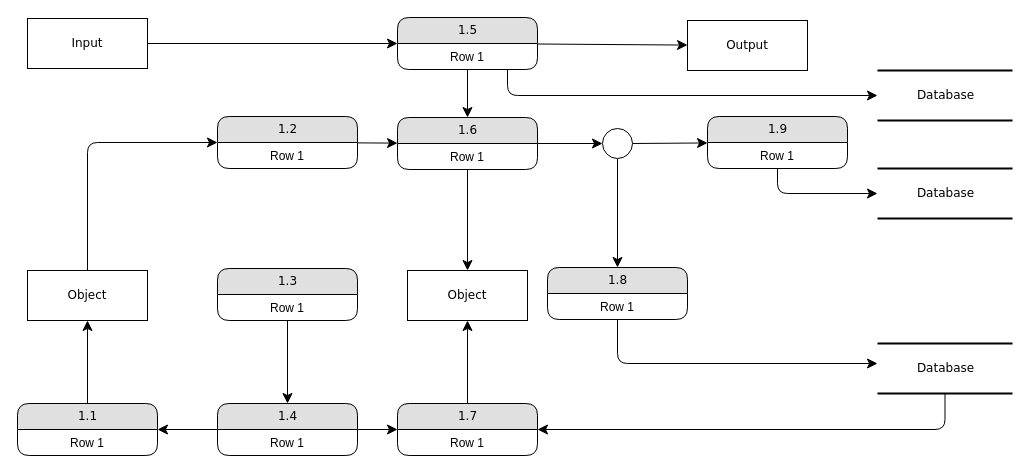
Above: page "Page-1" (1 of 2) of Untitled Diagram.drawio in starstormfall/explore-file-manager-be (draw.io), before the change. Source tidied: cells renumbered, new cells numbered last; positions are measured from the earlier drawing's top-left corner, leaving out a move shared by most shapes. Both pictures are drawn from the tidied source at 100%, with x=0, y=0 at pixel (17, 17).
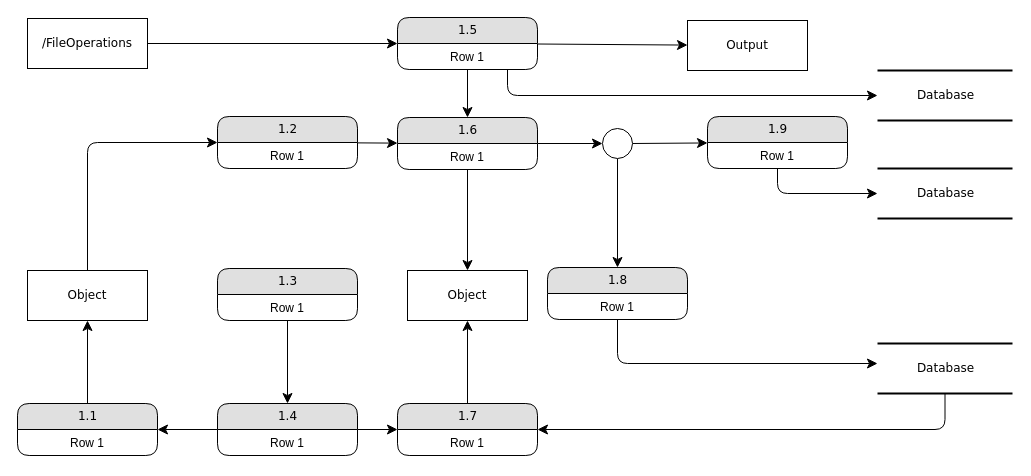
The same diagram, later.

What changed in the source:
```diff
@@
-    <mxCell id="6" value="Input" style="whiteSpace=wrap;html=1;rounded=0;shadow=0;comic=0;labelBackgroundColor=none;strokeWidth=1;fontFamily=Verdana;fontSize=12;align=center;" parent="1" vertex="1">
+    <mxCell id="6" value="/FileOperations" style="whiteSpace=wrap;html=1;rounded=0;shadow=0;comic=0;labelBackgroundColor=none;strokeWidth=1;fontFamily=Verdana;fontSize=12;align=center;" parent="1" vertex="1">
       <mxGeometry x="10" y="1" width="120" height="50" as="geometry" />
     </mxCell>
```
